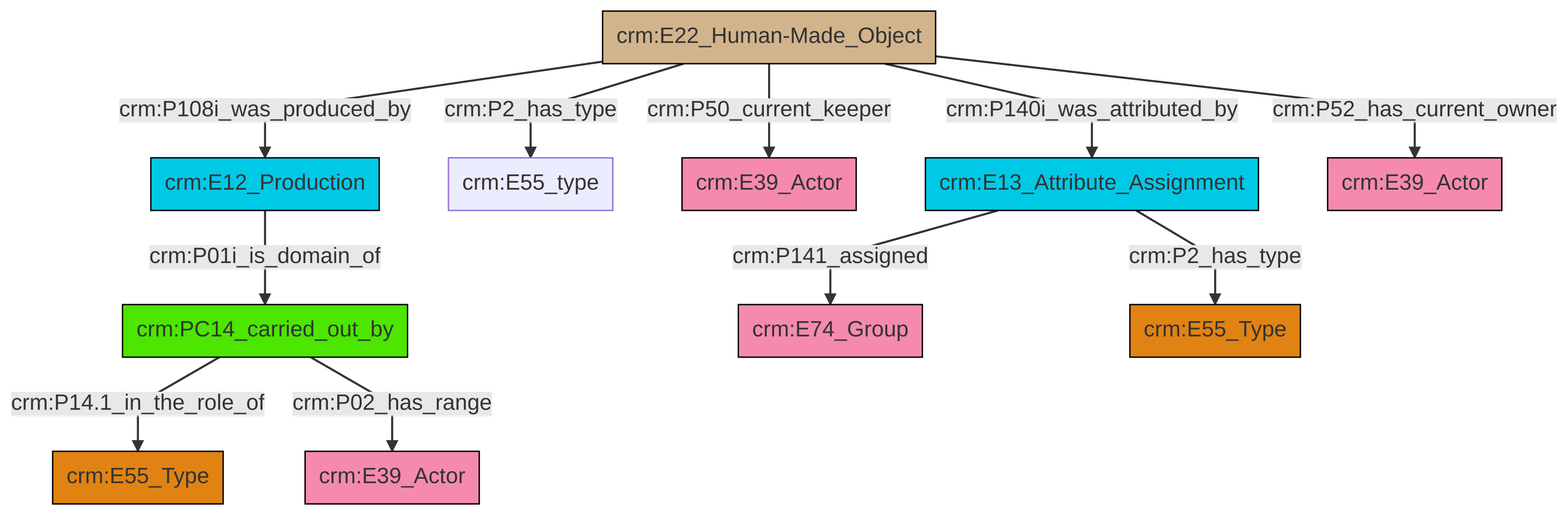
Before: et/artworkCSV/ttl/mmd/png/Artwork_Actor_Relations.png, a diagram exported from Mermaid (swiss-art-research-net/docs.swissartresearch). Its source is kept beside it as et/artworkCSV/ttl/mmd/Artwork_Actor_Relations.ttl.mmd.
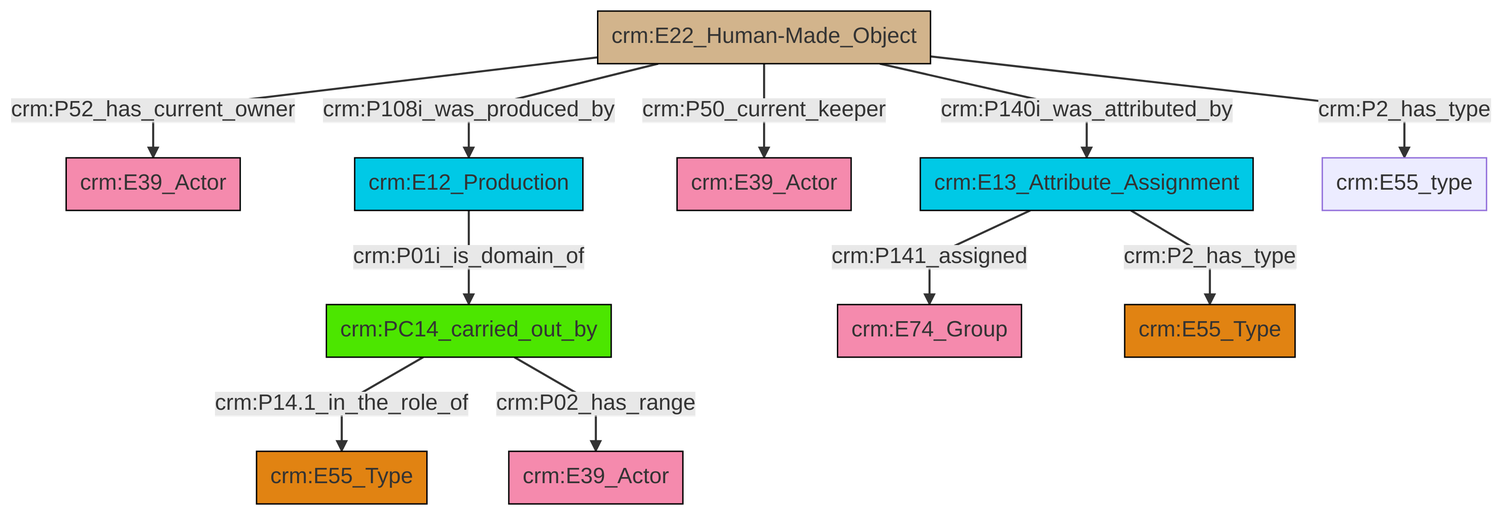
After the commit.

Change to the diagram source:
```diff
@@ -13,13 +13,13 @@
 classDef PC_Classes fill:#4ce600, stroke:#000000;
 classDef Multi fill:#cccccc,stroke:#000000;
 
-0["crm:E22_Human-Made_Object"]:::Physical_Thing -->|crm:P108i_was_produced_by| 1["crm:E12_Production"]:::Temporal_Entity
-6["crm:PC14_carried_out_by"]:::PC_Classes -->|crm:P14.1_in_the_role_of| 7["crm:E55_Type"]:::Type
-10["crm:E13_Attribute_Assignment"]:::Temporal_Entity -->|crm:P141_assigned| 11["crm:E74_Group"]:::Actor
-10["crm:E13_Attribute_Assignment"]:::Temporal_Entity -->|crm:P2_has_type| 12["crm:E55_Type"]:::Type
-0["crm:E22_Human-Made_Object"]:::Physical_Thing -->|crm:P140i_was_attributed_by| 10["crm:E13_Attribute_Assignment"]:::Temporal_Entity
-6["crm:PC14_carried_out_by"]:::PC_Classes -->|crm:P02_has_range| 2["crm:E39_Actor"]:::Actor
-0["crm:E22_Human-Made_Object"]:::Physical_Thing -->|crm:P52_has_current_owner| 15["crm:E39_Actor"]:::Actor
-0["crm:E22_Human-Made_Object"]:::Physical_Thing -->|crm:P2_has_type| 4["crm:E55_type"]:::Default
-1["crm:E12_Production"]:::Temporal_Entity -->|crm:P01i_is_domain_of| 6["crm:PC14_carried_out_by"]:::PC_Classes
-0["crm:E22_Human-Made_Object"]:::Physical_Thing -->|crm:P50_current_keeper| 8["crm:E39_Actor"]:::Actor
+6["crm:E22_Human-Made_Object"]:::Physical_Thing -->|crm:P52_has_current_owner| 2["crm:E39_Actor"]:::Actor
+4["crm:E13_Attribute_Assignment"]:::Temporal_Entity -->|crm:P141_assigned| 7["crm:E74_Group"]:::Actor
+6["crm:E22_Human-Made_Object"]:::Physical_Thing -->|crm:P50_current_keeper| 11["crm:E39_Actor"]:::Actor
+6["crm:E22_Human-Made_Object"]:::Physical_Thing -->|crm:P108i_was_produced_by| 12["crm:E12_Production"]:::Temporal_Entity
+4["crm:E13_Attribute_Assignment"]:::Temporal_Entity -->|crm:P2_has_type| 9["crm:E55_Type"]:::Type
+0["crm:PC14_carried_out_by"]:::PC_Classes -->|crm:P14.1_in_the_role_of| 13["crm:E55_Type"]:::Type
+6["crm:E22_Human-Made_Object"]:::Physical_Thing -->|crm:P140i_was_attributed_by| 4["crm:E13_Attribute_Assignment"]:::Temporal_Entity
+6["crm:E22_Human-Made_Object"]:::Physical_Thing -->|crm:P2_has_type| 17["crm:E55_type"]:::Default
+0["crm:PC14_carried_out_by"]:::PC_Classes -->|crm:P02_has_range| 15["crm:E39_Actor"]:::Actor
+12["crm:E12_Production"]:::Temporal_Entity -->|crm:P01i_is_domain_of| 0["crm:PC14_carried_out_by"]:::PC_Classes
```
